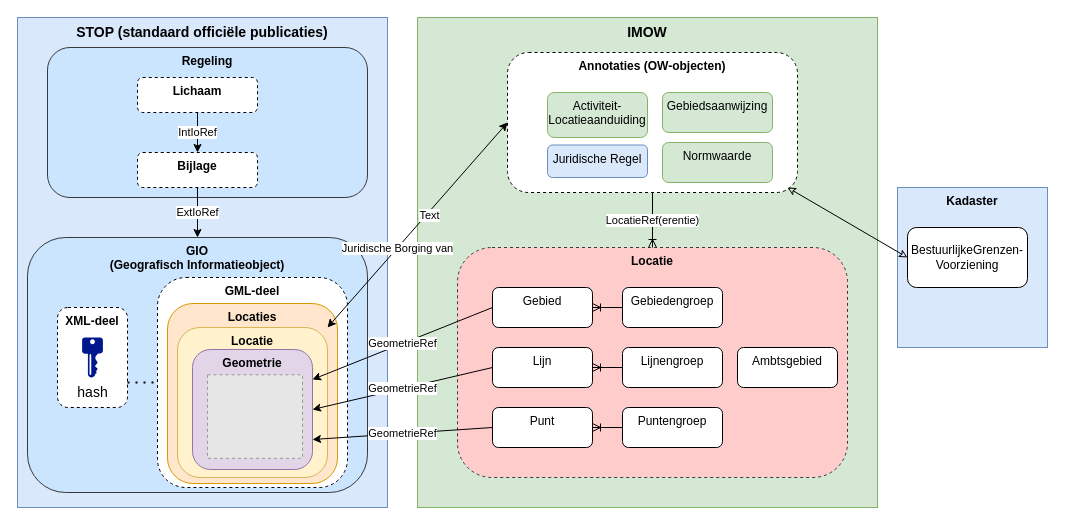
Geonovum/DrawIO keeps this draw.io diagram as Plaatjes/OW_OP-Tussenplaatje.drawio. Above is the earlier version. Source tidied: cells renumbered, new cells numbered last; positions are measured from the earlier drawing's top-left corner, leaving out a move shared by most shapes. Both pictures are drawn from the tidied source at 100%, with x=0, y=0 at pixel (17, 17). Pictures stored in the file or linked from it are replaced by grey dashed boxes.
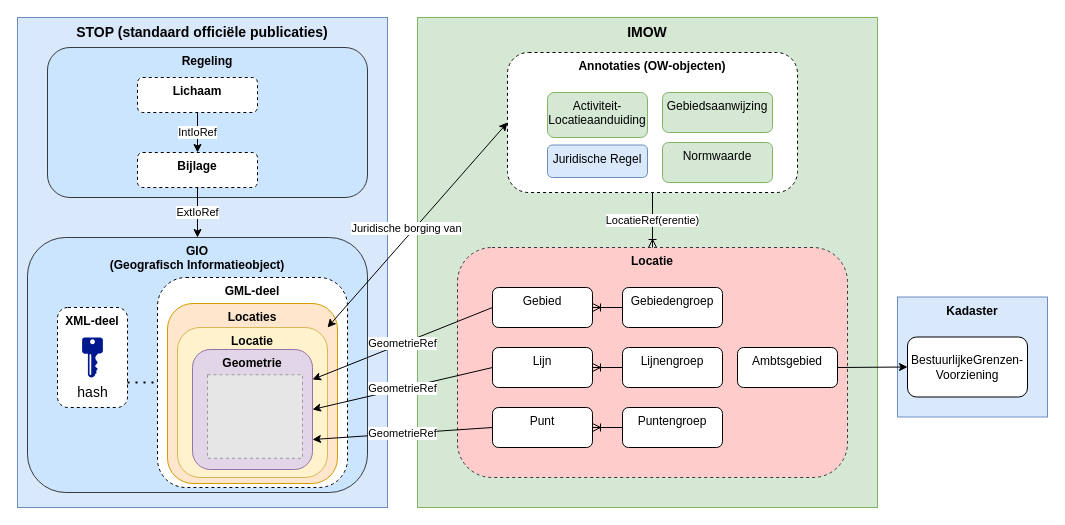
Above is the later version.

The change refers to these unchanged cells:
```xml
<mxCell id="34" value="Ambtsgebied" style="rounded=1;whiteSpace=wrap;html=1;verticalAlign=top;" parent="1" vertex="1">
  <mxGeometry x="720" y="330" width="100" height="40" as="geometry" />
</mxCell>
<mxCell id="40" style="endArrow=classic;html=1;rounded=0;entryX=0;entryY=0.5;entryDx=0;entryDy=0;exitX=1;exitY=0;exitDx=0;exitDy=0;startArrow=classic;startFill=1;" parent="1" edge="1" source="31" target="13">
  <mxGeometry relative="1" as="geometry" />
</mxCell>
```

Diff of the diagram source:
```diff
@@
     <mxCell id="2" value="&lt;b&gt;Kadaster&lt;/b&gt;" style="rounded=0;whiteSpace=wrap;html=1;fillColor=#dae8fc;strokeColor=#6c8ebf;verticalAlign=top;" parent="1" vertex="1">
-      <mxGeometry x="880" y="170" width="150" height="160" as="geometry" />
+      <mxGeometry x="880" y="279.5" width="150" height="120" as="geometry" />
     </mxCell>
@@
     <mxCell id="35" value="BestuurlijkeGrenzen-Voorziening" style="rounded=1;whiteSpace=wrap;html=1;" parent="1" vertex="1">
-      <mxGeometry x="890" y="210" width="120" height="60" as="geometry" />
+      <mxGeometry x="890" y="319.5" width="120" height="60" as="geometry" />
     </mxCell>
-    <mxCell id="36" style="endArrow=classic;html=1;strokeWidth=1;rounded=0;entryX=0;entryY=0.5;entryDx=0;entryDy=0;startArrow=classic;startFill=0;endFill=0;" parent="1" edge="1" target="35">
-      <mxGeometry relative="1" as="geometry">
-        <mxPoint x="770" y="170" as="sourcePoint" />
-        <Array as="points">
-          <mxPoint x="770" y="170" />
-        </Array>
-      </mxGeometry>
+    <mxCell id="36" style="endArrow=classic;html=1;strokeWidth=1;rounded=0;startArrow=none;startFill=0;endFill=1;exitX=1;exitY=0.5;exitDx=0;exitDy=0;entryX=0;entryY=0.5;entryDx=0;entryDy=0;" parent="1" edge="1" source="34" target="35">
+      <mxGeometry relative="1" as="geometry" />
     </mxCell>
@@
-    <mxCell id="41" value="Juridische Borging van" style="edgeLabel;html=1;align=center;verticalAlign=middle;" parent="40" vertex="1">
-      <mxGeometry x="-0.22" relative="1" as="geometry" />
+    <mxCell id="41" value="Juridische borging van" style="edgeLabel;html=1;align=center;verticalAlign=middle;" parent="40" vertex="1">
+      <mxGeometry x="-0.22" relative="1" as="geometry">
+        <mxPoint x="9" y="-20" as="offset" />
+      </mxGeometry>
     </mxCell>
-    <mxCell id="42" value="Text" style="edgeLabel;html=1;align=center;verticalAlign=middle;" parent="40" vertex="1">
-      <mxGeometry x="0.11" y="-3" relative="1" as="geometry">
-        <mxPoint y="-1" as="offset" />
-      </mxGeometry>
-    </mxCell>
@@
+    <mxCell id="44" style="edgeStyle=orthogonalEdgeStyle;rounded=0;orthogonalLoop=1;jettySize=auto;html=1;exitX=0.5;exitY=1;exitDx=0;exitDy=0;" parent="1" edge="1" source="2" target="2">
+      <mxGeometry relative="1" as="geometry" />
+    </mxCell>
+    <mxCell id="45" style="edgeStyle=orthogonalEdgeStyle;rounded=0;orthogonalLoop=1;jettySize=auto;html=1;exitX=0.5;exitY=1;exitDx=0;exitDy=0;" parent="1" edge="1" source="2" target="2">
+      <mxGeometry relative="1" as="geometry" />
+    </mxCell>
```
